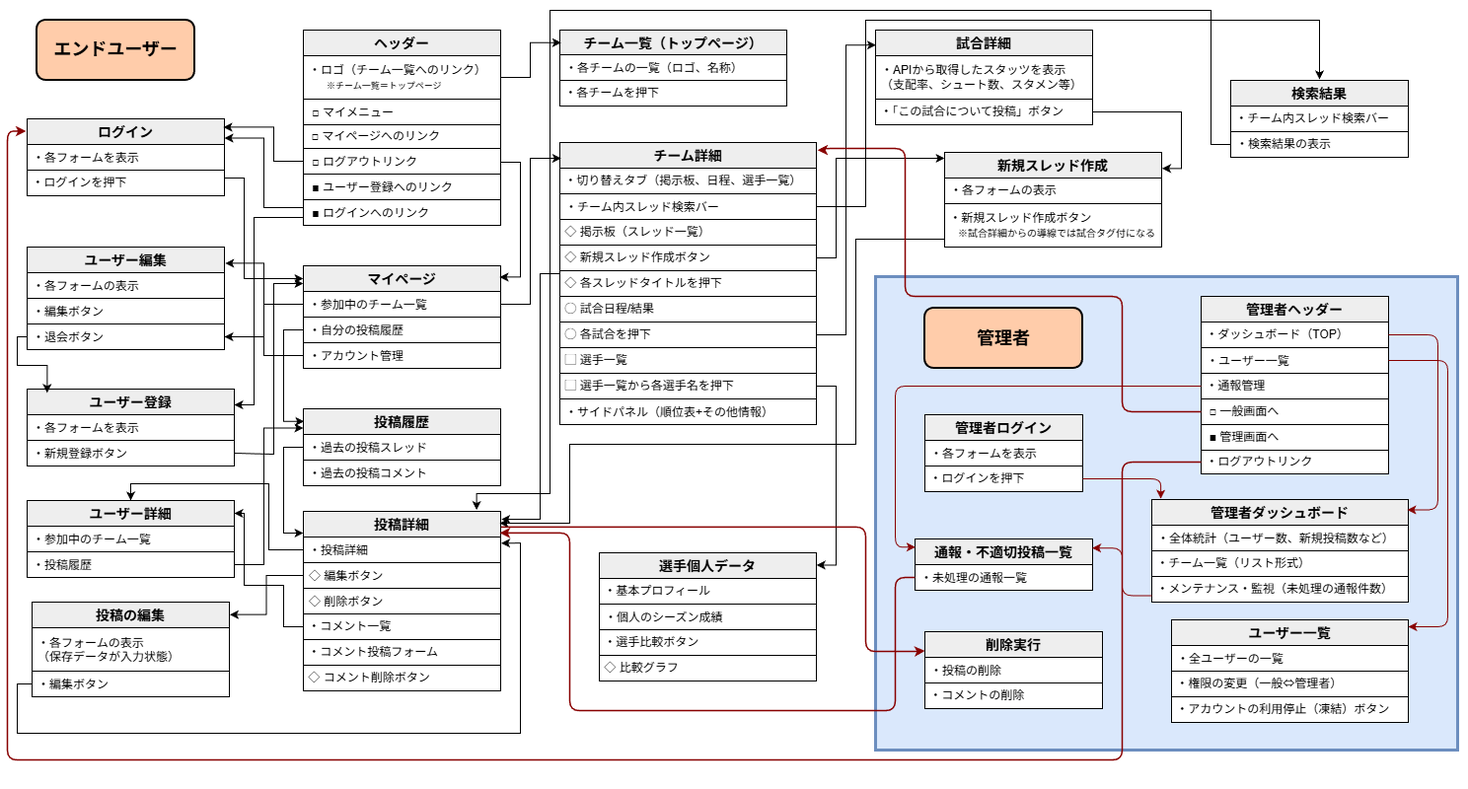
The draw.io diagram docs/images/uiflow.png in theobuzz14-cmyk/premier_hub, before a commit. Source tidied: cells renumbered, new cells last; positions are measured from the earlier drawing's top-left corner, leaving out a move shared by most shapes.
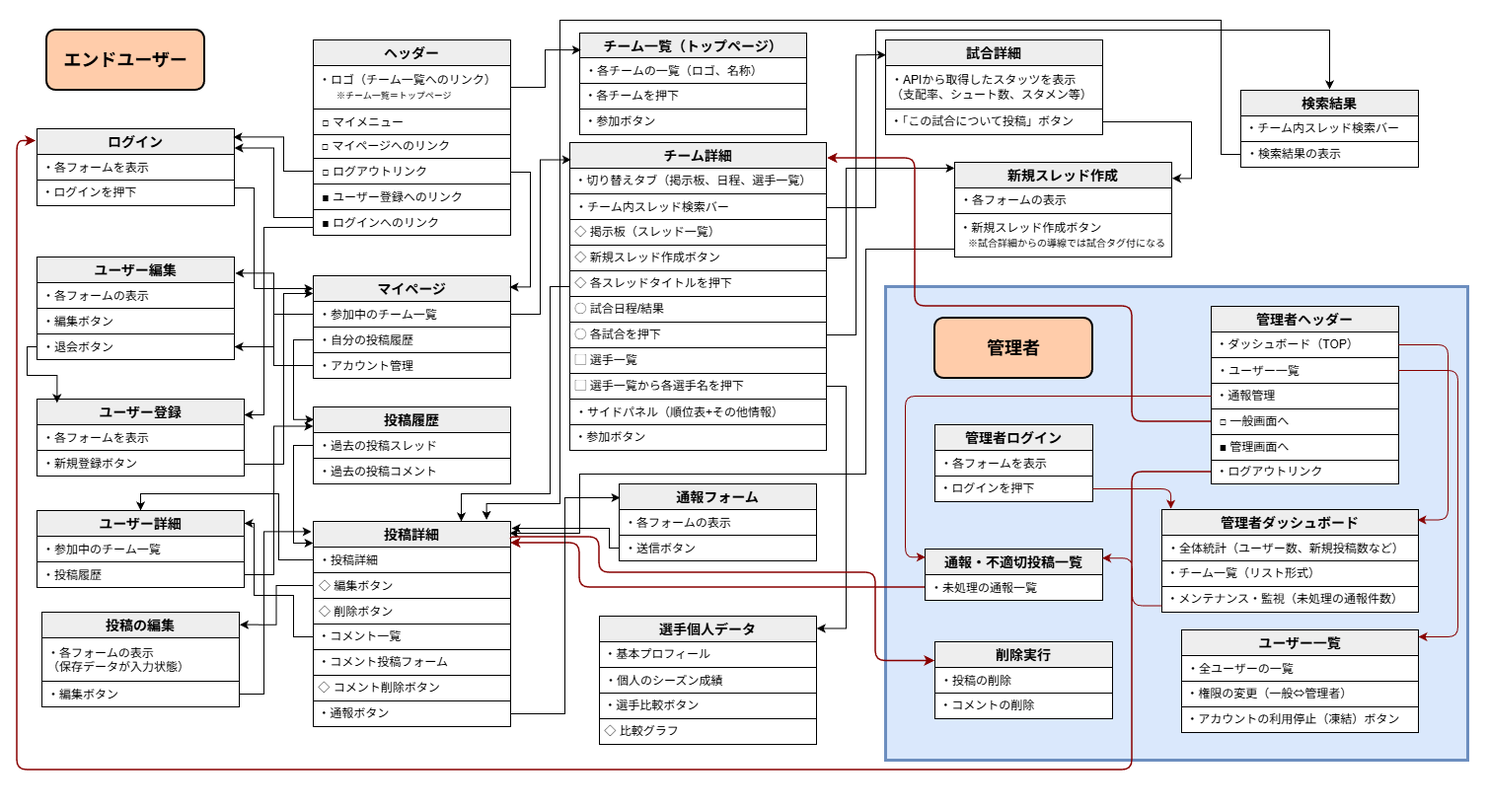
Later version of the same file.

Commit message:
[update]UI Flowに通報・チーム参加導線を追加

The edit, as a diff of the source:
```diff
@@ -40,7 +40,7 @@
       <mxGeometry y="52" width="200" height="26" as="geometry" />
     </mxCell>
     <mxCell id="12" value="投稿履歴" style="swimlane;fontStyle=1;horizontal=1;startSize=26;strokeColor=#000000;strokeWidth=1;fillColor=#eee;fontSize=14;" parent="1" vertex="1">
-      <mxGeometry x="300" y="414" width="200" height="78" as="geometry" />
+      <mxGeometry x="300" y="402" width="200" height="78" as="geometry" />
     </mxCell>
     <mxCell id="13" value="・過去の投稿スレッド" style="text;align=left;verticalAlign=middle;spacingLeft=4;spacingRight=4;overflow=hidden;fillColor=#ffffff;strokeColor=#000000;" parent="12" vertex="1">
       <mxGeometry y="26" width="200" height="26" as="geometry" />
@@ -113,7 +113,7 @@
       <mxGeometry y="52" width="210" height="26" as="geometry" />
     </mxCell>
     <mxCell id="34" value="投稿詳細" style="swimlane;fontStyle=1;horizontal=1;startSize=26;strokeColor=#000000;strokeWidth=1;fillColor=#eee;fontSize=14;" parent="1" vertex="1">
-      <mxGeometry x="300" y="518" width="200" height="182" as="geometry" />
+      <mxGeometry x="300" y="518" width="200" height="208" as="geometry" />
     </mxCell>
     <mxCell id="35" style="edgeStyle=orthogonalEdgeStyle;rounded=0;jettySize=auto;html=1;exitX=1;exitY=0.5;exitDx=0;exitDy=0;" parent="34" edge="1" source="36">
       <mxGeometry relative="1" as="geometry">
@@ -138,17 +138,20 @@
     <mxCell id="41" value="&amp;nbsp;◇ コメント削除ボタン" style="rounded=0;whiteSpace=wrap;html=1;align=left;" parent="34" vertex="1">
       <mxGeometry y="156" width="200" height="26" as="geometry" />
     </mxCell>
+    <mxCell id="136" value="&amp;nbsp;・通報ボタン" style="rounded=0;whiteSpace=wrap;html=1;align=left;" parent="34" vertex="1">
+      <mxGeometry y="182" width="200" height="26" as="geometry" />
+    </mxCell>
     <mxCell id="42" style="edgeStyle=orthogonalEdgeStyle;rounded=0;jettySize=auto;html=1;strokeColor=#000000;exitX=0;exitY=0.5;exitDx=0;exitDy=0;curved=0;" parent="1" edge="1" source="12">
       <mxGeometry relative="1" as="geometry">
         <mxPoint x="300" y="540" as="targetPoint" />
         <Array as="points">
-          <mxPoint x="280" y="453" />
+          <mxPoint x="280" y="441" />
           <mxPoint x="280" y="540" />
         </Array>
       </mxGeometry>
     </mxCell>
     <mxCell id="43" value="チーム一覧（トップページ）" style="swimlane;fontStyle=1;horizontal=1;startSize=25;strokeColor=#000000;strokeWidth=1;fillColor=#eee;fontSize=14;" parent="1" vertex="1">
-      <mxGeometry x="560" y="30" width="230" height="77" as="geometry" />
+      <mxGeometry x="570" y="23" width="230" height="103" as="geometry" />
     </mxCell>
     <mxCell id="44" value="・各チームの一覧（ロゴ、名称）" style="text;align=left;verticalAlign=middle;spacingLeft=4;spacingRight=4;overflow=hidden;fillColor=#ffffff;strokeColor=#000000;" parent="43" vertex="1">
       <mxGeometry y="25" width="230" height="26" as="geometry" />
@@ -159,8 +162,21 @@
     <mxCell id="46" style="edgeStyle=orthogonalEdgeStyle;rounded=0;jettySize=auto;html=1;exitX=0.75;exitY=1;exitDx=0;exitDy=0;entryX=0.75;entryY=1;entryDx=0;entryDy=0;" parent="43" edge="1" source="43" target="45">
       <mxGeometry relative="1" as="geometry" />
     </mxCell>
+    <mxCell id="137" value="&amp;nbsp;・参加ボタン" style="rounded=0;whiteSpace=wrap;html=1;align=left;" parent="43" vertex="1">
+      <mxGeometry y="77" width="230" height="26" as="geometry" />
+    </mxCell>
+    <mxCell id="93" style="edgeStyle=orthogonalEdgeStyle;rounded=0;jettySize=auto;html=1;exitX=0;exitY=0.75;exitDx=0;exitDy=0;entryX=0.75;entryY=0;entryDx=0;entryDy=0;" parent="1" edge="1" source="52" target="34">
+      <mxGeometry relative="1" as="geometry">
+        <Array as="points">
+          <mxPoint x="560" y="280" />
+          <mxPoint x="540" y="280" />
+          <mxPoint x="540" y="490" />
+          <mxPoint x="450" y="490" />
+        </Array>
+      </mxGeometry>
+    </mxCell>
     <mxCell id="47" value="チーム詳細" style="swimlane;fontStyle=1;horizontal=1;startSize=26;strokeColor=#000000;strokeWidth=1;fillColor=#eee;fontSize=14;" parent="1" vertex="1">
-      <mxGeometry x="560" y="144" width="260" height="286" as="geometry" />
+      <mxGeometry x="560" y="134" width="260" height="312" as="geometry" />
     </mxCell>
     <mxCell id="48" value="&amp;nbsp;・切り替えタブ（掲示板、日程、選手一覧）" style="rounded=0;whiteSpace=wrap;html=1;align=left;" parent="47" vertex="1">
       <mxGeometry y="26" width="260" height="26" as="geometry" />
@@ -192,8 +208,11 @@
     <mxCell id="57" value="・サイドパネル（順位表+その他情報）" style="text;align=left;verticalAlign=middle;spacingLeft=4;spacingRight=4;overflow=hidden;fillColor=#ffffff;strokeColor=#000000;" parent="47" vertex="1">
       <mxGeometry y="260" width="260" height="26" as="geometry" />
     </mxCell>
+    <mxCell id="138" value="&amp;nbsp;・参加ボタン" style="rounded=0;whiteSpace=wrap;html=1;align=left;" parent="47" vertex="1">
+      <mxGeometry y="286" width="260" height="26" as="geometry" />
+    </mxCell>
     <mxCell id="58" value="選手個人データ" style="swimlane;fontStyle=1;horizontal=1;startSize=26;strokeColor=#000000;strokeWidth=1;fillColor=#eee;fontSize=14;" parent="1" vertex="1">
-      <mxGeometry x="600" y="560" width="220" height="130" as="geometry" />
+      <mxGeometry x="590" y="614" width="220" height="130" as="geometry" />
     </mxCell>
     <mxCell id="59" value="&amp;nbsp;・基本プロフィール" style="rounded=0;whiteSpace=wrap;html=1;align=left;" parent="58" vertex="1">
       <mxGeometry y="26" width="220" height="26" as="geometry" />
@@ -250,16 +269,6 @@
     <mxCell id="74" style="edgeStyle=orthogonalEdgeStyle;rounded=0;jettySize=auto;html=1;exitX=1;exitY=0.5;exitDx=0;exitDy=0;entryX=0.005;entryY=0.056;entryDx=0;entryDy=0;entryPerimeter=0;" parent="1" edge="1" source="4" target="47">
       <mxGeometry relative="1" as="geometry" />
     </mxCell>
-    <mxCell id="75" style="edgeStyle=orthogonalEdgeStyle;rounded=0;jettySize=auto;html=1;exitX=0;exitY=0.5;exitDx=0;exitDy=0;entryX=1.003;entryY=0.177;entryDx=0;entryDy=0;entryPerimeter=0;" parent="1" edge="1" source="28" target="34">
-      <mxGeometry relative="1" as="geometry">
-        <Array as="points">
-          <mxPoint x="10" y="693" />
-          <mxPoint x="10" y="743" />
-          <mxPoint x="520" y="743" />
-          <mxPoint x="520" y="550" />
-        </Array>
-      </mxGeometry>
-    </mxCell>
     <mxCell id="76" style="edgeStyle=orthogonalEdgeStyle;rounded=0;jettySize=auto;html=1;exitX=1;exitY=0.5;exitDx=0;exitDy=0;" parent="1" edge="1" source="33">
       <mxGeometry relative="1" as="geometry">
         <mxPoint x="300" y="287" as="targetPoint" />
@@ -323,14 +332,6 @@
     <mxCell id="88" value="・投稿履歴" style="text;align=left;verticalAlign=middle;spacingLeft=4;spacingRight=4;overflow=hidden;points=[[0,0.5],[1,0.5]];portConstraint=eastwest;fillColor=#ffffff;strokeColor=#000000;" parent="85" vertex="1">
       <mxGeometry y="52" width="210" height="26" as="geometry" />
     </mxCell>
-    <mxCell id="89" style="edgeStyle=orthogonalEdgeStyle;rounded=0;jettySize=auto;html=1;exitX=1;exitY=0.5;exitDx=0;exitDy=0;entryX=0;entryY=0.25;entryDx=0;entryDy=0;" parent="1" edge="1" source="88" target="12">
-      <mxGeometry relative="1" as="geometry">
-        <Array as="points">
-          <mxPoint x="260" y="572" />
-          <mxPoint x="260" y="434" />
-        </Array>
-      </mxGeometry>
-    </mxCell>
     <mxCell id="90" style="edgeStyle=orthogonalEdgeStyle;rounded=0;jettySize=auto;html=1;exitX=0;exitY=0.5;exitDx=0;exitDy=0;entryX=0.5;entryY=0;entryDx=0;entryDy=0;" parent="1" edge="1" source="36" target="86">
       <mxGeometry relative="1" as="geometry">
         <Array as="points">
@@ -354,21 +355,14 @@
       <mxGeometry relative="1" as="geometry">
         <mxPoint x="499" y="530" as="targetPoint" />
         <Array as="points">
+          <mxPoint x="950" y="242" />
           <mxPoint x="860" y="242" />
-          <mxPoint x="860" y="450" />
-          <mxPoint x="570" y="450" />
+          <mxPoint x="860" y="470" />
+          <mxPoint x="570" y="470" />
           <mxPoint x="570" y="530" />
         </Array>
       </mxGeometry>
     </mxCell>
-    <mxCell id="93" style="edgeStyle=orthogonalEdgeStyle;rounded=0;jettySize=auto;html=1;exitX=0;exitY=0.5;exitDx=0;exitDy=0;entryX=1.003;entryY=0.044;entryDx=0;entryDy=0;entryPerimeter=0;" parent="1" edge="1" source="52" target="34">
-      <mxGeometry relative="1" as="geometry">
-        <Array as="points">
-          <mxPoint x="540" y="277" />
-          <mxPoint x="540" y="526" />
-        </Array>
-      </mxGeometry>
-    </mxCell>
     <mxCell id="94" style="edgeStyle=orthogonalEdgeStyle;rounded=0;jettySize=auto;html=1;" parent="1" edge="1" source="4" target="70">
       <mxGeometry relative="1" as="geometry" />
     </mxCell>
@@ -432,9 +426,10 @@
     <mxCell id="114" style="edgeStyle=orthogonalEdgeStyle;rounded=1;jettySize=auto;html=1;exitX=1.002;exitY=0.087;exitDx=0;exitDy=0;entryX=0;entryY=0.25;entryDx=0;entryDy=0;curved=0;strokeColor=#880000;exitPerimeter=0;strokeWidth=1.5;" parent="1" edge="1" source="34" target="111">
       <mxGeometry relative="1" as="geometry">
         <Array as="points">
-          <mxPoint x="870" y="534" />
+          <mxPoint x="590" y="534" />
+          <mxPoint x="590" y="570" />
+          <mxPoint x="870" y="570" />
           <mxPoint x="870" y="660" />
-          <mxPoint x="920" y="660" />
         </Array>
       </mxGeometry>
     </mxCell>
@@ -485,24 +480,23 @@
         </Array>
       </mxGeometry>
     </mxCell>
-    <mxCell id="127" style="edgeStyle=orthogonalEdgeStyle;rounded=1;jettySize=auto;html=1;exitX=0;exitY=0.5;exitDx=0;exitDy=0;curved=0;strokeColor=#880000;strokeWidth=1.5;entryX=1.004;entryY=0.027;entryDx=0;entryDy=0;entryPerimeter=0;" parent="1" edge="1" source="121" target="47">
+    <mxCell id="127" style="edgeStyle=orthogonalEdgeStyle;rounded=1;jettySize=auto;html=1;exitX=0;exitY=0.5;exitDx=0;exitDy=0;curved=0;strokeColor=#880000;strokeWidth=1.5;" parent="1" edge="1" source="121">
       <mxGeometry relative="1" as="geometry">
+        <mxPoint x="821" y="150" as="targetPoint" />
         <Array as="points">
           <mxPoint x="1130" y="417" />
           <mxPoint x="1130" y="300" />
           <mxPoint x="910" y="300" />
           <mxPoint x="910" y="150" />
-          <mxPoint x="824" y="150" />
-          <mxPoint x="824" y="152" />
+          <mxPoint x="821" y="150" />
         </Array>
       </mxGeometry>
     </mxCell>
-    <mxCell id="128" style="edgeStyle=orthogonalEdgeStyle;rounded=1;jettySize=auto;html=1;exitX=0;exitY=0.75;exitDx=0;exitDy=0;entryX=0.995;entryY=0.12;entryDx=0;entryDy=0;entryPerimeter=0;curved=0;strokeColor=#880000;strokeWidth=1.5;" parent="1" edge="1" source="98" target="34">
+    <mxCell id="128" style="edgeStyle=orthogonalEdgeStyle;rounded=1;jettySize=auto;html=1;exitX=0;exitY=0.75;exitDx=0;exitDy=0;curved=0;strokeColor=#880000;strokeWidth=1.5;" parent="1" edge="1" source="98">
       <mxGeometry relative="1" as="geometry">
+        <mxPoint x="500" y="540" as="targetPoint" />
         <Array as="points">
-          <mxPoint x="900" y="585" />
-          <mxPoint x="900" y="720" />
-          <mxPoint x="570" y="720" />
+          <mxPoint x="570" y="585" />
           <mxPoint x="570" y="540" />
         </Array>
       </mxGeometry>
@@ -520,8 +514,10 @@
       <mxGeometry relative="1" as="geometry">
         <mxPoint x="1330" y="80" as="targetPoint" />
         <Array as="points">
-          <mxPoint x="870" y="209" />
+          <mxPoint x="820" y="200" />
+          <mxPoint x="870" y="200" />
           <mxPoint x="870" y="20" />
+          <mxPoint x="1330" y="20" />
         </Array>
       </mxGeometry>
     </mxCell>
@@ -555,5 +551,42 @@
         </Array>
       </mxGeometry>
     </mxCell>
+    <mxCell id="139" value="通報フォーム" style="swimlane;fontStyle=1;horizontal=1;startSize=26;strokeColor=#000000;strokeWidth=1;fillColor=#eee;fontSize=14;" parent="1" vertex="1">
+      <mxGeometry x="610" y="480" width="200" height="78" as="geometry" />
+    </mxCell>
+    <mxCell id="140" value="・各フォームの表示" style="text;align=left;verticalAlign=middle;spacingLeft=4;spacingRight=4;overflow=hidden;fillColor=#ffffff;strokeColor=#000000;" parent="139" vertex="1">
+      <mxGeometry y="26" width="200" height="26" as="geometry" />
+    </mxCell>
+    <mxCell id="141" value="・送信ボタン" style="text;align=left;verticalAlign=middle;spacingLeft=4;spacingRight=4;overflow=hidden;points=[[0,0.5],[1,0.5]];portConstraint=eastwest;fillColor=#ffffff;strokeColor=#000000;fontColor=#000000;" parent="139" vertex="1">
+      <mxGeometry y="52" width="200" height="26" as="geometry" />
+    </mxCell>
+    <mxCell id="142" style="edgeStyle=orthogonalEdgeStyle;rounded=0;jettySize=auto;html=1;exitX=1;exitY=0.5;exitDx=0;exitDy=0;entryX=0.005;entryY=0.179;entryDx=0;entryDy=0;entryPerimeter=0;" parent="1" edge="1" source="136" target="139">
+      <mxGeometry relative="1" as="geometry" />
+    </mxCell>
+    <mxCell id="75" style="edgeStyle=orthogonalEdgeStyle;rounded=0;jettySize=auto;html=1;exitX=1;exitY=0.5;exitDx=0;exitDy=0;entryX=-0.009;entryY=0.05;entryDx=0;entryDy=0;entryPerimeter=0;" parent="1" edge="1" source="28" target="34">
+      <mxGeometry relative="1" as="geometry">
+        <Array as="points">
+          <mxPoint x="250" y="693" />
+          <mxPoint x="250" y="528" />
+        </Array>
+      </mxGeometry>
+    </mxCell>
+    <mxCell id="89" style="edgeStyle=orthogonalEdgeStyle;rounded=0;jettySize=auto;html=1;exitX=1;exitY=0.5;exitDx=0;exitDy=0;entryX=0;entryY=0.25;entryDx=0;entryDy=0;" parent="1" edge="1" source="88" target="12">
+      <mxGeometry relative="1" as="geometry">
+        <Array as="points">
+          <mxPoint x="260" y="572" />
+          <mxPoint x="260" y="422" />
+        </Array>
+      </mxGeometry>
+    </mxCell>
+    <mxCell id="143" style="edgeStyle=orthogonalEdgeStyle;rounded=0;jettySize=auto;html=1;exitX=0;exitY=0.5;exitDx=0;exitDy=0;" parent="1" edge="1" source="141">
+      <mxGeometry relative="1" as="geometry">
+        <mxPoint x="501" y="525" as="targetPoint" />
+        <Array as="points">
+          <mxPoint x="600" y="545" />
+          <mxPoint x="600" y="525" />
+        </Array>
+      </mxGeometry>
+    </mxCell>
   </root>
 </mxGraphModel>
```
